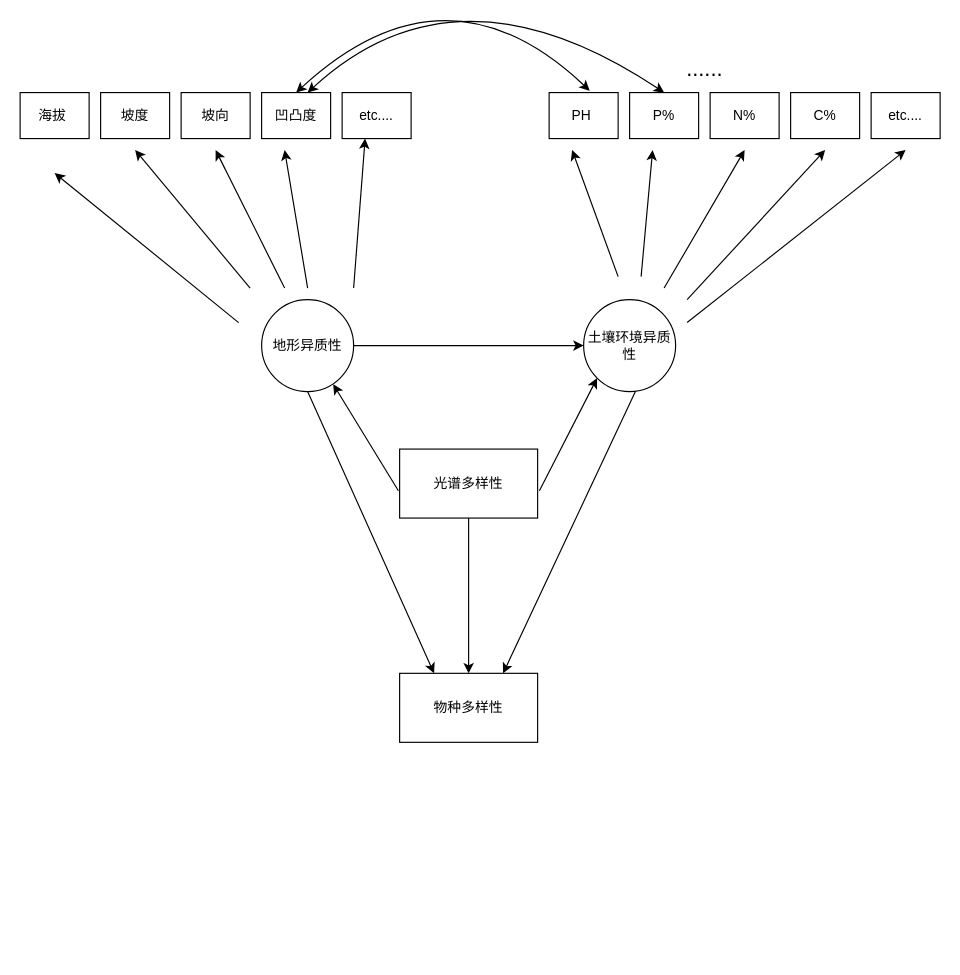
This is SEM_firstly.drawio from sy5938/diagrams_save, a draw.io file, before an edit. Source tidied: cells renumbered, new cells numbered last; positions are measured from the earlier drawing's top-left corner, leaving out a move shared by most shapes. Both pictures are drawn from the tidied source at 115%, with x=0, y=0 at pixel (20, -46).
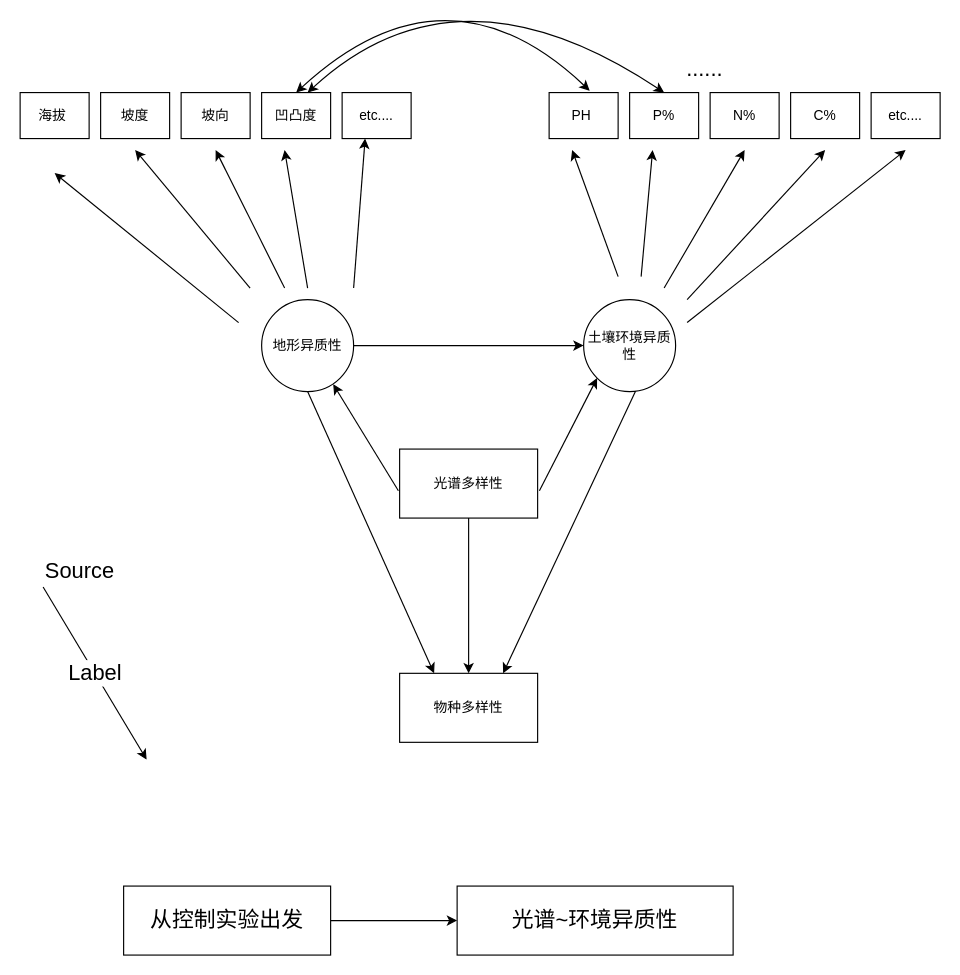
The same page after the edit.

What changed in the source:
```diff
@@
+    <mxCell id="35" style="endArrow=classic;html=1;sketch=0;fontSize=19;curved=1;" parent="1" edge="1">
+      <mxGeometry relative="1" as="geometry">
+        <mxPoint x="20" y="550" as="sourcePoint" />
+        <mxPoint x="110" y="700" as="targetPoint" />
+      </mxGeometry>
+    </mxCell>
+    <mxCell id="36" value="Label" style="edgeLabel;html=1;align=center;verticalAlign=middle;rounded=0;sketch=0;fontSize=19;" parent="35" vertex="1">
+      <mxGeometry relative="1" as="geometry" />
+    </mxCell>
+    <mxCell id="37" value="Source" style="edgeLabel;html=1;align=left;verticalAlign=bottom;rounded=0;sketch=0;fontSize=19;" parent="35" vertex="1">
+      <mxGeometry x="-1" relative="1" as="geometry" />
+    </mxCell>
+    <mxCell id="38" style="edgeStyle=entityRelationEdgeStyle;curved=1;sketch=0;jettySize=auto;html=1;fontSize=19;" parent="1" edge="1" source="39" target="40">
+      <mxGeometry relative="1" as="geometry" />
+    </mxCell>
+    <mxCell id="39" value="从控制实验出发" style="rounded=0;whiteSpace=wrap;html=1;sketch=0;fontSize=19;" parent="1" vertex="1">
+      <mxGeometry x="90" y="810" width="180" height="60" as="geometry" />
+    </mxCell>
+    <mxCell id="40" value="光谱~环境异质性" style="whiteSpace=wrap;html=1;fontSize=19;rounded=0;sketch=0;" parent="1" vertex="1">
+      <mxGeometry x="380" y="810" width="240" height="60" as="geometry" />
+    </mxCell>
```
